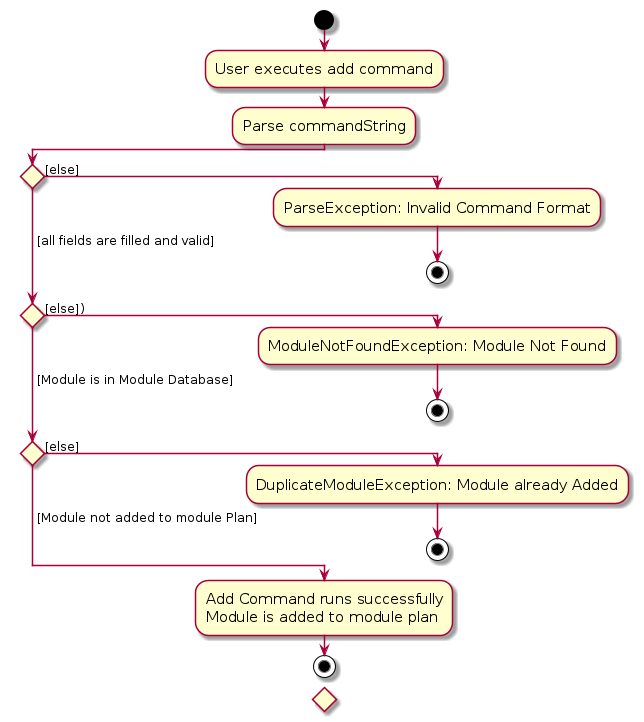
Before: diagrams/AddModuleActivityDiagram.png, a diagram exported from PlantUML (ji-just-ji/tp). Its source is kept beside it as diagrams/AddModuleActivityDiagram.puml.
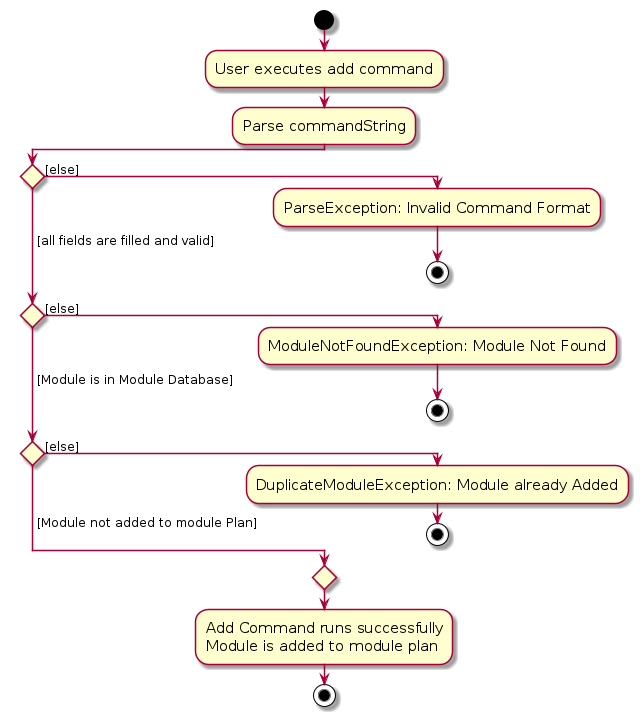
After the commit.

Diff of the diagram source:
```diff
@@ -10,15 +10,17 @@
 :Parse commandString;
 
 if () then ([else])
+
     :ParseException: Invalid Command Format;
     stop
-( [all fields are filled and valid]  ) elseif() then ([else]))
+( [all fields are filled and valid]  ) elseif() then ([else])
     :ModuleNotFoundException: Module Not Found;
     stop
 ( [Module is in Module Database]) elseif() then([else])
     :DuplicateModuleException: Module already Added;
     stop
 else ( [Module not added to module Plan])
+endif
     :Add Command runs successfully
     Module is added to module plan;
 
```
